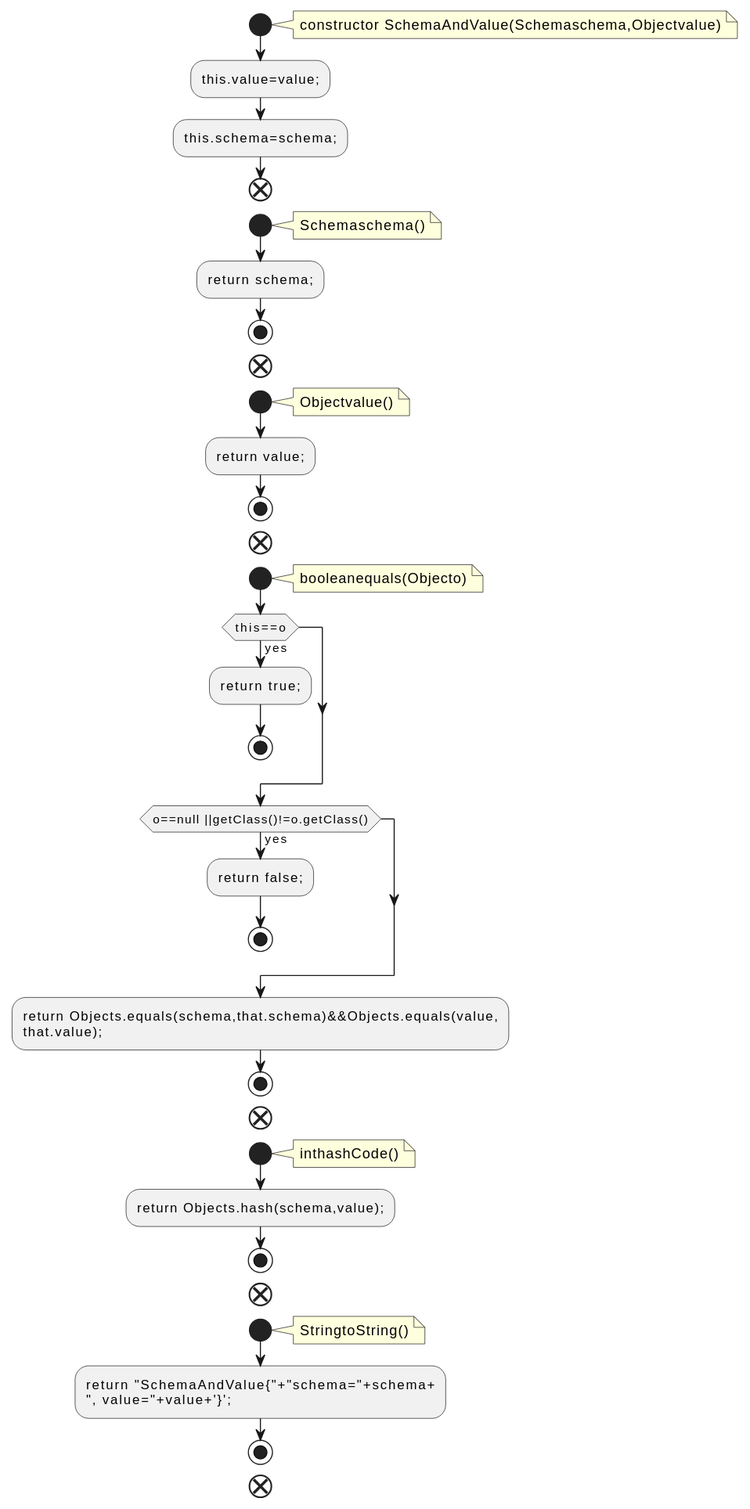
This is docs/qc/connect/api/src/main/java/org/apache/kafka/connect/data/SchemaAndValue.java.fct.svg from qualitesys/kafka, a PlantUML export, as it was before one commit.
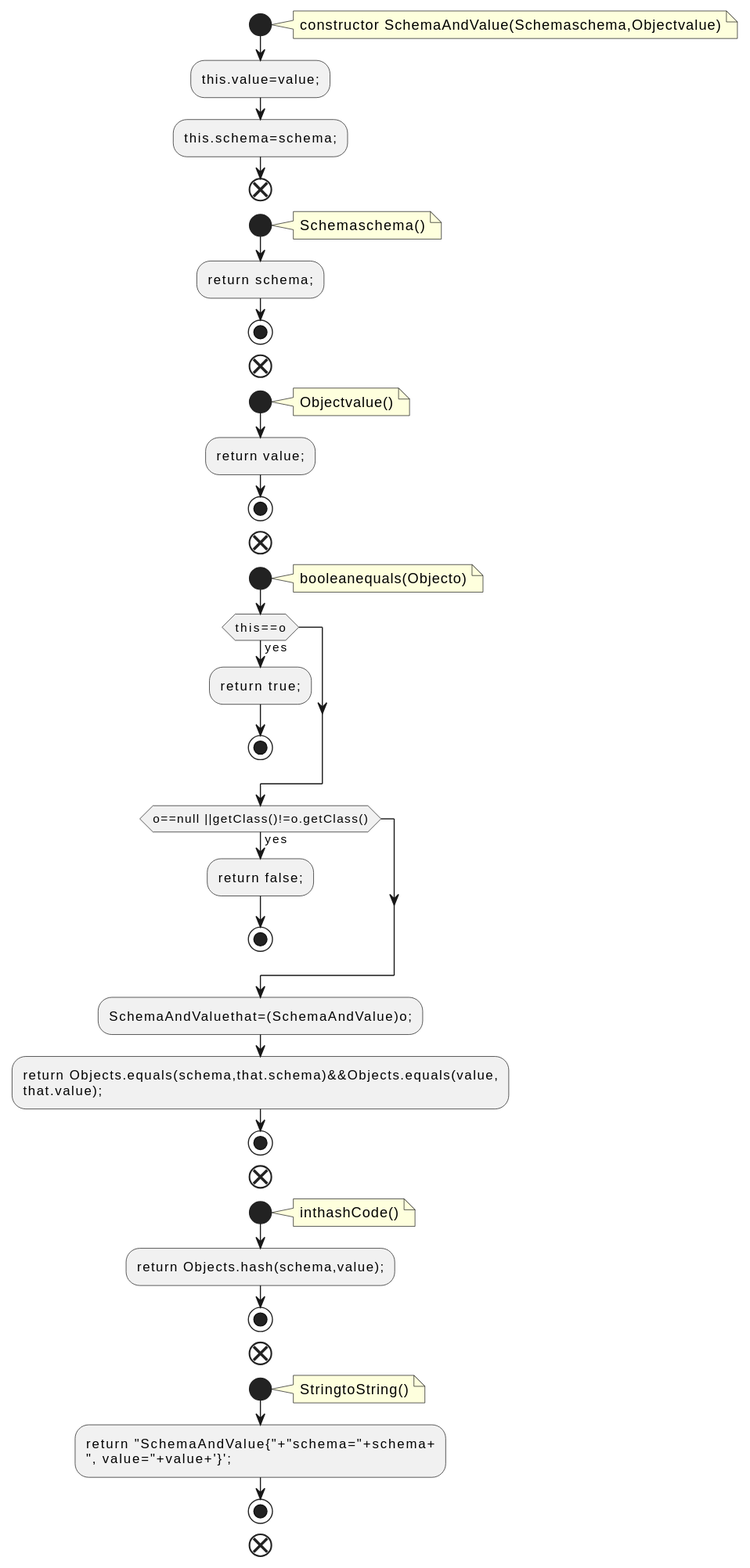
Later version of the same file.

The edit, as a diff of the source:
```diff
@@ -33,6 +33,7 @@
 :return false;;
 stop
 endif
+:SchemaAndValuethat=(SchemaAndValue)o;;
 :return Objects.equals(schema,that.schema)&&Objects.equals(value,
 that.value);;
 stop
```
